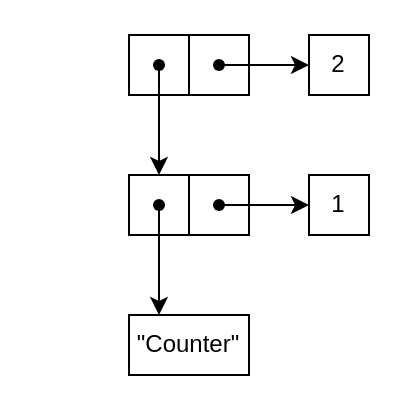
Earlier version of the draw.io diagram RainLisp/Docs/quick-start/img/complex-pair.drawio (chr1st0scli/RainLisp). Source tidied: cells renumbered, new cells numbered last; positions are measured from the earlier drawing's top-left corner, leaving out a move shared by most shapes. Both pictures are drawn from the tidied source at 200%, with x=0, y=0 at pixel (128, 34).
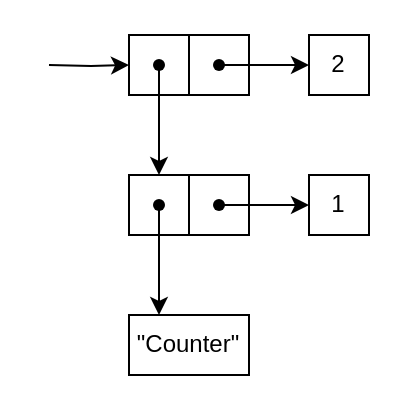
The same diagram, later.

What changed in the source:
```diff
@@
 <mxGraphModel>
   <root>
     <mxCell id="0" />
     <mxCell id="1" parent="0" />
     <mxCell id="2" style="rounded=0;whiteSpace=wrap;html=1;" parent="1" vertex="1">
       <mxGeometry y="70" width="30" height="30" as="geometry" />
     </mxCell>
     <mxCell id="3" style="rounded=0;whiteSpace=wrap;html=1;" parent="1" vertex="1">
       <mxGeometry x="30" y="70" width="30" height="30" as="geometry" />
     </mxCell>
     <mxCell id="4" style="endArrow=classic;html=1;rounded=0;" parent="1" edge="1" source="6">
       <mxGeometry relative="1" as="geometry">
         <mxPoint x="15" y="140" as="targetPoint" />
       </mxGeometry>
     </mxCell>
     <mxCell id="5" style="endArrow=classic;html=1;rounded=0;entryX=0;entryY=0.5;entryDx=0;entryDy=0;" parent="1" edge="1" source="7" target="9">
       <mxGeometry relative="1" as="geometry" />
     </mxCell>
     <mxCell id="6" style="shape=waypoint;sketch=0;fillStyle=solid;size=6;points=[];fillColor=none;perimeter=centerPerimeter;snapToPoint=1;" parent="1" vertex="1">
       <mxGeometry x="5" y="75" width="20" height="20" as="geometry" />
     </mxCell>
     <mxCell id="7" style="shape=waypoint;sketch=0;fillStyle=solid;size=6;points=[];fillColor=none;perimeter=centerPerimeter;snapToPoint=1;" parent="1" vertex="1">
       <mxGeometry x="35" y="75" width="20" height="20" as="geometry" />
     </mxCell>
     <mxCell id="8" value="&quot;Counter&quot;" style="rounded=0;whiteSpace=wrap;html=1;" parent="1" vertex="1">
       <mxGeometry y="140" width="60" height="30" as="geometry" />
     </mxCell>
     <mxCell id="9" value="1" style="rounded=0;whiteSpace=wrap;html=1;" parent="1" vertex="1">
       <mxGeometry x="90" y="70" width="30" height="30" as="geometry" />
     </mxCell>
     <mxCell id="10" style="rounded=0;whiteSpace=wrap;html=1;" parent="1" vertex="1">
       <mxGeometry width="30" height="30" as="geometry" />
     </mxCell>
     <mxCell id="11" style="rounded=0;whiteSpace=wrap;html=1;" parent="1" vertex="1">
       <mxGeometry x="30" width="30" height="30" as="geometry" />
     </mxCell>
     <mxCell id="12" style="endArrow=classic;html=1;rounded=0;" parent="1" edge="1" source="14">
       <mxGeometry relative="1" as="geometry">
         <mxPoint x="15" y="70" as="targetPoint" />
       </mxGeometry>
     </mxCell>
     <mxCell id="13" style="endArrow=classic;html=1;rounded=0;entryX=0;entryY=0.5;entryDx=0;entryDy=0;" parent="1" edge="1" source="15" target="16">
       <mxGeometry relative="1" as="geometry" />
     </mxCell>
     <mxCell id="14" style="shape=waypoint;sketch=0;fillStyle=solid;size=6;points=[];fillColor=none;perimeter=centerPerimeter;snapToPoint=1;" parent="1" vertex="1">
       <mxGeometry x="5" y="5" width="20" height="20" as="geometry" />
     </mxCell>
     <mxCell id="15" style="shape=waypoint;sketch=0;fillStyle=solid;size=6;points=[];fillColor=none;perimeter=centerPerimeter;snapToPoint=1;" parent="1" vertex="1">
       <mxGeometry x="35" y="5" width="20" height="20" as="geometry" />
     </mxCell>
     <mxCell id="16" value="2" style="rounded=0;whiteSpace=wrap;html=1;" parent="1" vertex="1">
       <mxGeometry x="90" width="30" height="30" as="geometry" />
     </mxCell>
+    <mxCell id="17" style="edgeStyle=orthogonalEdgeStyle;rounded=0;jettySize=auto;html=1;exitX=1;exitY=0.5;exitDx=0;exitDy=0;entryX=0;entryY=0.5;entryDx=0;entryDy=0;" parent="1" edge="1" target="10">
+      <mxGeometry relative="1" as="geometry">
+        <mxPoint x="-40" y="15" as="sourcePoint" />
+      </mxGeometry>
+    </mxCell>
   </root>
 </mxGraphModel>
```
